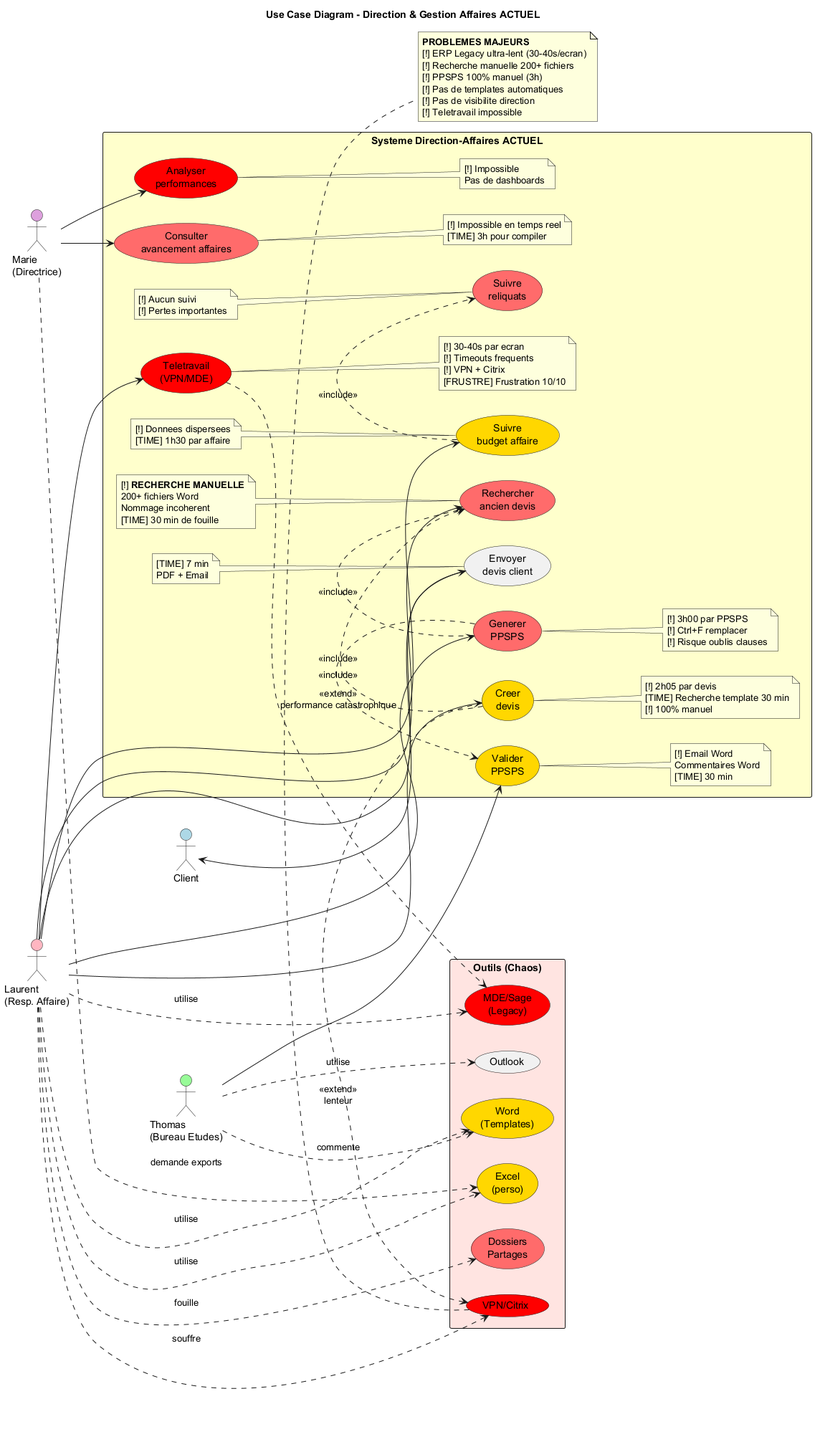
This is Services/Direction-Affaires/uml/png/UseCase_Direction_Affaires.png from JordanSerafini/Audit_Duret, a PlantUML export, as it was before one commit. Its diagram source:
```plantuml
@startuml UseCase_Direction_Affaires

title Use Case Diagram - Direction & Gestion Affaires ACTUEL

left to right direction

actor "Laurent\n(Resp. Affaire)" as Laurent #FFB6C1
actor "Marie\n(Directrice)" as Marie #DDA0DD
actor "Thomas\n(Bureau Etudes)" as Thomas #98FB98
actor "Client" as Client #ADD8E6

rectangle "Systeme Direction-Affaires ACTUEL" #FFFFCC {

  usecase "Creer\ndevis" as UC1 #FFD700
  note right of UC1
    [!] 2h05 par devis
    [TIME] Recherche template 30 min
    [!] 100% manuel
  end note

  usecase "Generer\nPPSPS" as UC2 #FF6B6B
  note right of UC2
    [!] 3h00 par PPSPS
    [!] Ctrl+F remplacer
    [!] Risque oublis clauses
  end note

  usecase "Consulter\navancement affaires" as UC3 #FF6B6B
  note right of UC3
    [!] Impossible en temps reel
    [TIME] 3h pour compiler
  end note

  usecase "Suivre\nbudget affaire" as UC4 #FFD700
  note left of UC4
    [!] Donnees dispersees
    [TIME] 1h30 par affaire
  end note

  usecase "Valider\nPPSPS" as UC5 #FFD700
  note right of UC5
    [!] Email Word
    Commentaires Word
    [TIME] 30 min
  end note

  usecase "Rechercher\nancien devis" as UC6 #FF6B6B
  note left of UC6
    [!] **RECHERCHE MANUELLE**
    200+ fichiers Word
    Nommage incoherent
    [TIME] 30 min de fouille
  end note

  usecase "Teletravail\n(VPN/MDE)" as UC7 #FF0000
  note right of UC7
    [!] 30-40s par ecran
    [!] Timeouts frequents
    [!] VPN + Citrix
    [FRUSTRE] Frustration 10/10
  end note

  usecase "Suivre\nreliquats" as UC8 #FF6B6B
  note left of UC8
    [!] Aucun suivi
    [!] Pertes importantes
  end note

  usecase "Analyser\nperformances" as UC9 #FF0000
  note right of UC9
    [!] Impossible
    Pas de dashboards
  end note

  usecase "Envoyer\ndevis client" as UC10
  note left of UC10
    [TIME] 7 min
    PDF + Email
  end note
}

rectangle "Outils (Chaos)" #FFE4E1 {
  usecase "MDE/Sage\n(Legacy)" as Sage #FF0000
  usecase "Word\n(Templates)" as Word #FFD700
  usecase "Excel\n(perso)" as Excel #FFD700
  usecase "Dossiers\nPartages" as Dossiers #FF6B6B
  usecase "Outlook" as Email
  usecase "VPN/Citrix" as VPN #FF0000
}

Laurent --> UC1
Laurent --> UC2
Laurent --> UC4
Laurent --> UC6
Laurent --> UC7
Laurent --> UC10
Laurent ..> Sage : utilise
Laurent ..> Word : utilise
Laurent ..> Excel : utilise
Laurent ..> Dossiers : fouille
Laurent ..> VPN : souffre

Marie --> UC3
Marie --> UC9
Marie ..> Excel : demande exports

Thomas --> UC5
Thomas ..> Word : commente
Thomas ..> Email : utilise

Client <-- UC10

UC1 .> UC6 : <<include>>
UC2 .> UC6 : <<include>>
UC2 .> UC5 : <<include>>
UC4 .> UC8 : <<include>>

UC1 .> VPN : <<extend>>\nlenteur
UC7 .> Sage : <<extend>>\nperformance catastrophique

note bottom
  **PROBLEMES MAJEURS**
  [!] ERP Legacy ultra-lent (30-40s/ecran)
  [!] Recherche manuelle 200+ fichiers
  [!] PPSPS 100% manuel (3h)
  [!] Pas de templates automatiques
  [!] Pas de visibilite direction
  [!] Teletravail impossible
end note

@enduml
```
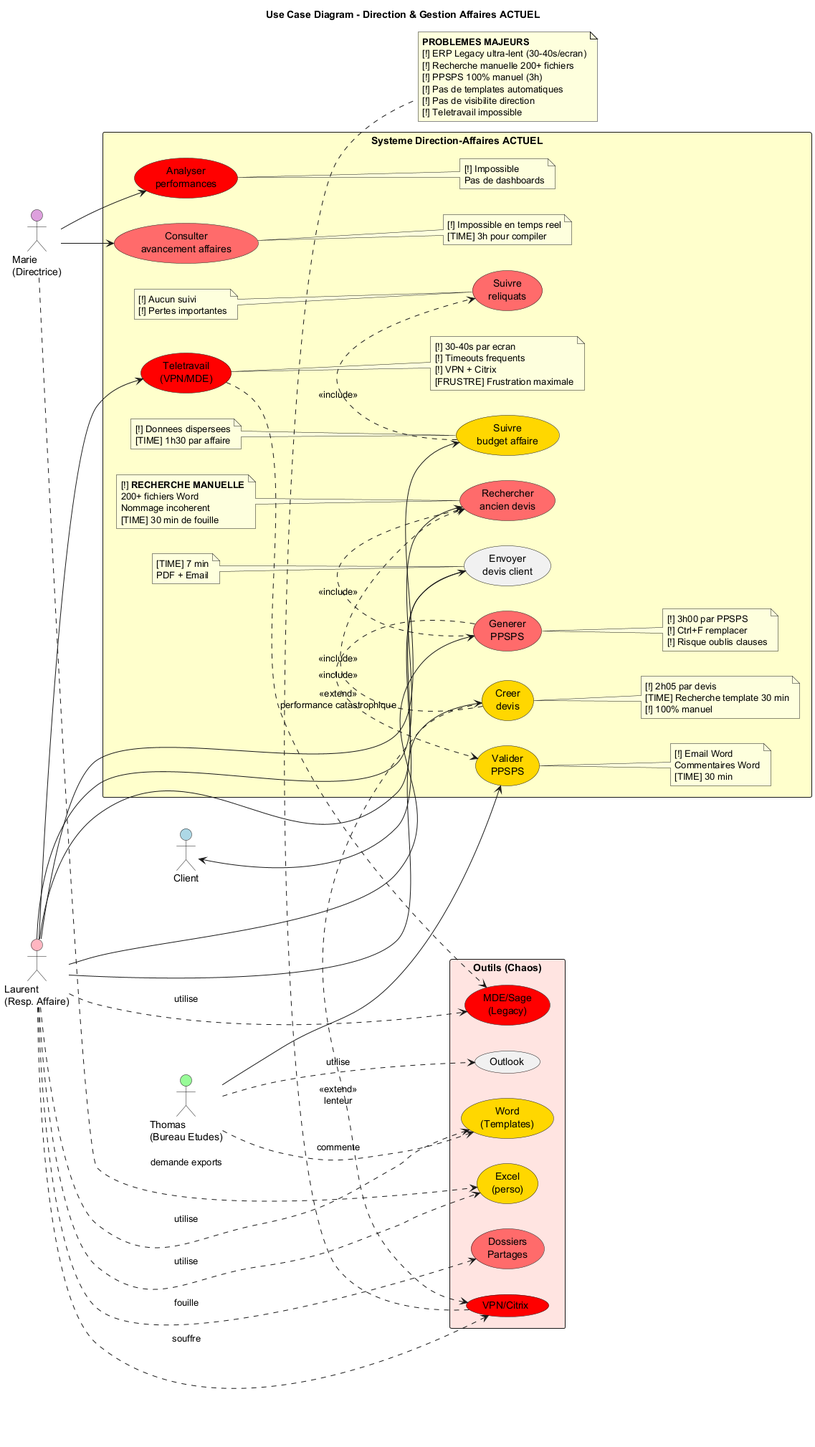
The same diagram one commit later.

Change to the diagram source:
```diff
@@ -57,7 +57,7 @@
     [!] 30-40s par ecran
     [!] Timeouts frequents
     [!] VPN + Citrix
-    [FRUSTRE] Frustration 10/10
+    [FRUSTRE] Frustration maximale
   end note
 
   usecase "Suivre\nreliquats" as UC8 #FF6B6B
```
